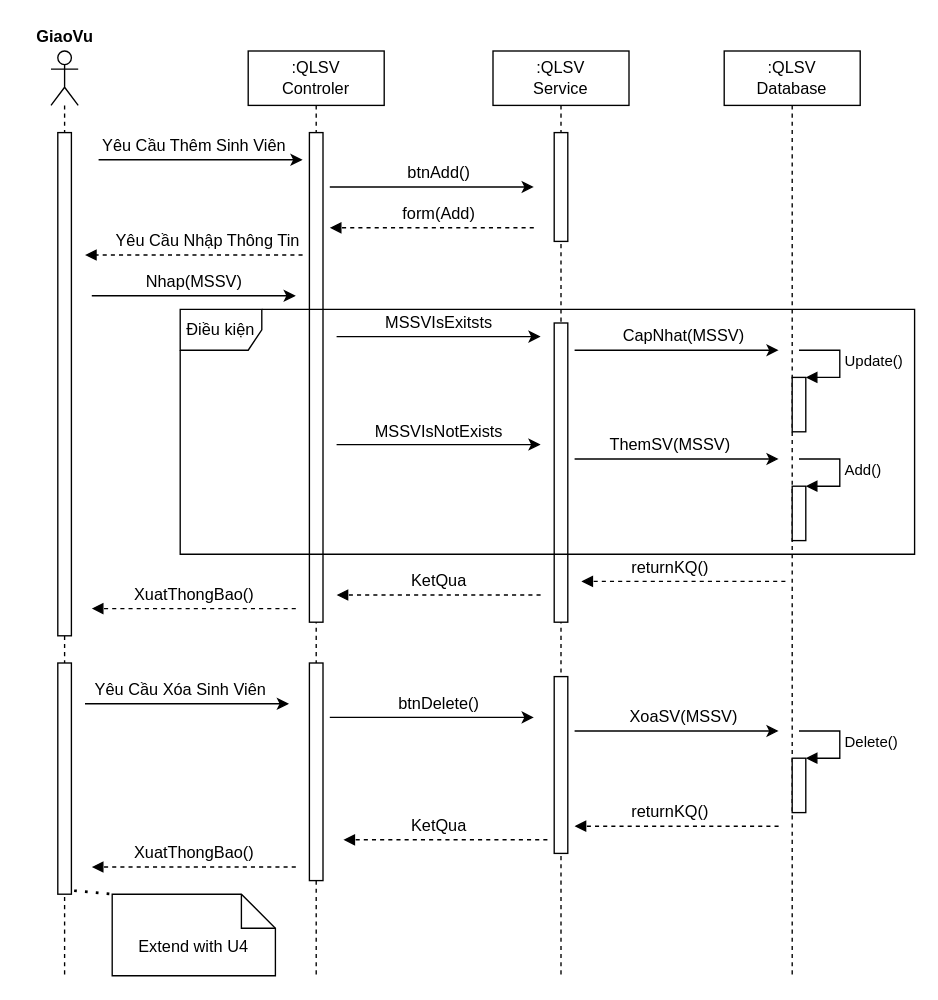
This is u2 NEW.drawio from haihak/haihak, a draw.io file, before an edit. Source tidied: cells renumbered, new cells numbered last; positions are measured from the earlier drawing's top-left corner, leaving out a move shared by most shapes. Both pictures are drawn from the tidied source at 136%, with x=0, y=0 at pixel (23, 23).
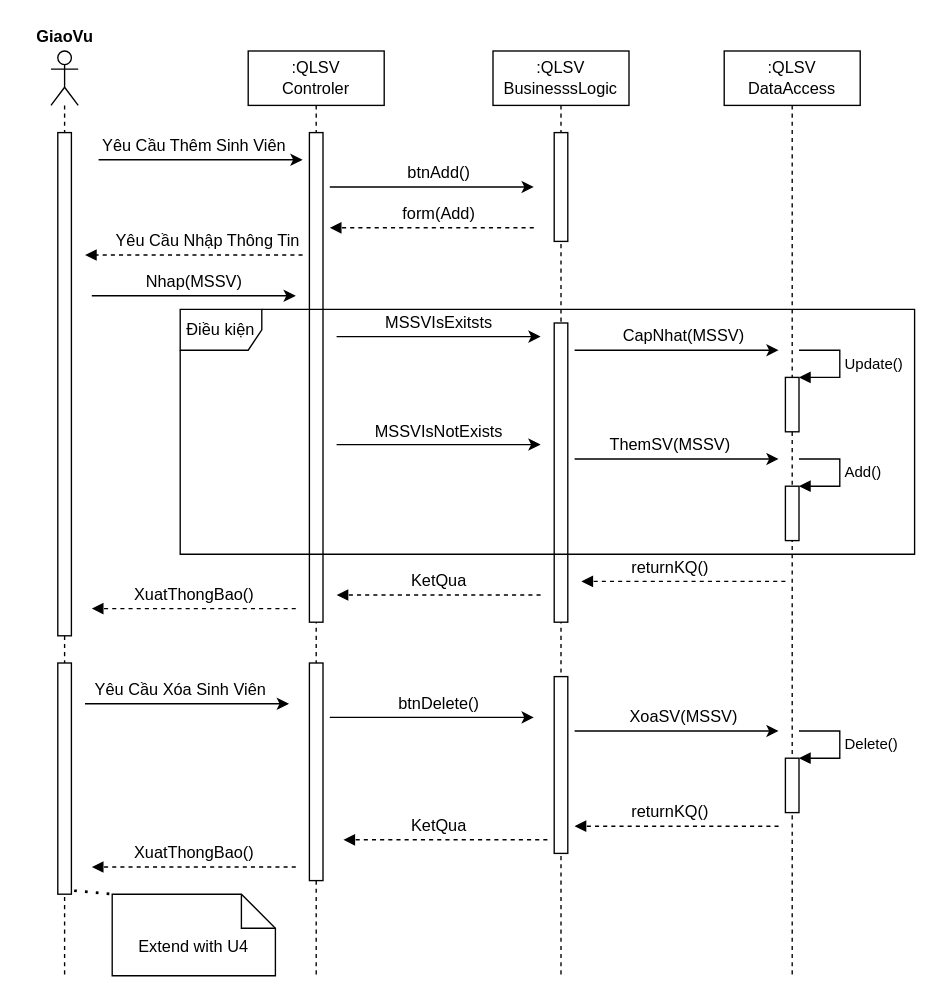
The same diagram, later.

Change to the diagram source:
```diff
@@
-    <mxCell id="10" value=":QLSV&lt;br&gt;Service" style="shape=umlLifeline;perimeter=lifelinePerimeter;whiteSpace=wrap;html=1;" parent="1" vertex="1">
+    <mxCell id="10" value=":QLSV&lt;br&gt;BusinesssLogic" style="shape=umlLifeline;perimeter=lifelinePerimeter;whiteSpace=wrap;html=1;" parent="1" vertex="1">
       <mxGeometry x="345" y="20" width="100" height="680" as="geometry" />
     </mxCell>
@@
-    <mxCell id="17" value=":QLSV&lt;br&gt;Database" style="shape=umlLifeline;perimeter=lifelinePerimeter;whiteSpace=wrap;html=1;" parent="1" vertex="1">
+    <mxCell id="17" value=":QLSV&lt;br&gt;DataAccess" style="shape=umlLifeline;perimeter=lifelinePerimeter;whiteSpace=wrap;html=1;" parent="1" vertex="1">
       <mxGeometry x="515" y="20" width="100" height="680" as="geometry" />
     </mxCell>
     <mxCell id="18" style="html=1;points=[];perimeter=orthogonalPerimeter;" parent="17" vertex="1">
-      <mxGeometry x="50" y="240" width="10" height="40" as="geometry" />
+      <mxGeometry x="45" y="240" width="10" height="40" as="geometry" />
     </mxCell>
@@
     <mxCell id="20" style="html=1;points=[];perimeter=orthogonalPerimeter;" parent="17" vertex="1">
-      <mxGeometry x="50" y="320" width="10" height="40" as="geometry" />
+      <mxGeometry x="45" y="320" width="10" height="40" as="geometry" />
     </mxCell>
@@
     <mxCell id="22" style="html=1;points=[];perimeter=orthogonalPerimeter;" parent="17" vertex="1">
-      <mxGeometry x="50" y="520" width="10" height="40" as="geometry" />
+      <mxGeometry x="45" y="520" width="10" height="40" as="geometry" />
     </mxCell>
```
